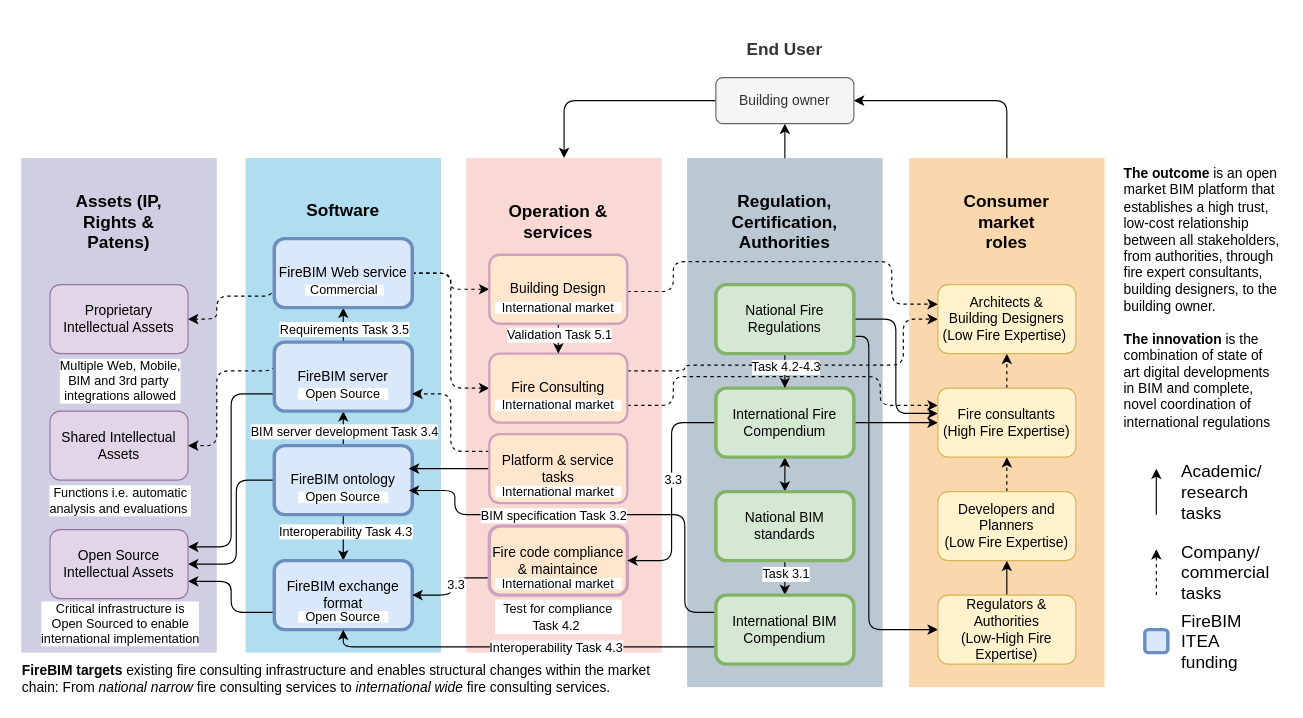
Kristoffernegendahl/fireBIM keeps this draw.io diagram as diagram/FireBIM Market Value Chain Lite.drawio. Above is the earlier version. Source tidied: cells renumbered, new cells numbered last; positions are measured from the earlier drawing's top-left corner, leaving out a move shared by most shapes. Both pictures are drawn from the tidied source at 115%, with x=0, y=0 at pixel (20, 20).
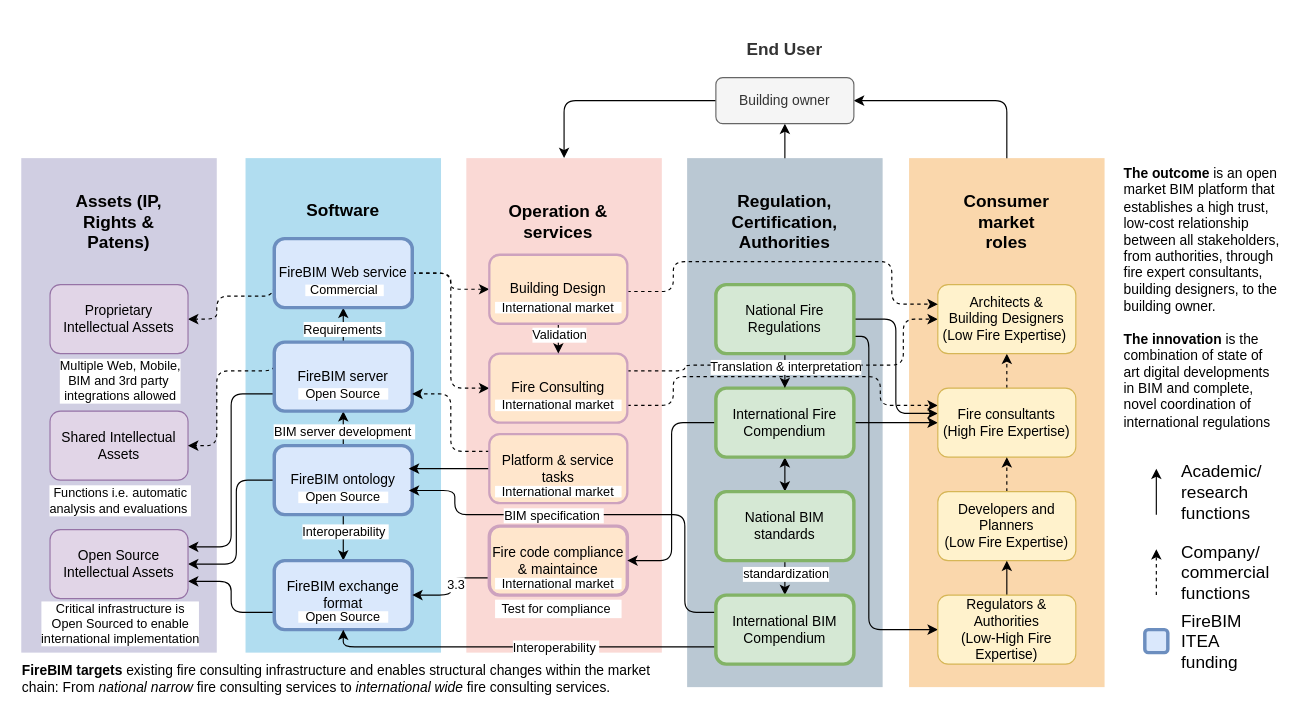
Above is the later version.

The change refers to these unchanged cells:
```xml
<mxCell id="8" style="edgeStyle=orthogonalEdgeStyle;rounded=0;jettySize=auto;html=1;exitX=0.5;exitY=1;exitDx=0;exitDy=0;entryX=0.5;entryY=0;entryDx=0;entryDy=0;" parent="1" edge="1" source="13" target="15">
  <mxGeometry relative="1" as="geometry" />
</mxCell>
<mxCell id="10" style="edgeStyle=orthogonalEdgeStyle;rounded=0;jettySize=auto;html=1;exitX=0.5;exitY=0;exitDx=0;exitDy=0;entryX=0.5;entryY=1;entryDx=0;entryDy=0;" parent="1" edge="1" source="13" target="20">
  <mxGeometry relative="1" as="geometry" />
</mxCell>
<mxCell id="16" style="edgeStyle=orthogonalEdgeStyle;rounded=0;jettySize=auto;html=1;exitX=0.5;exitY=0;exitDx=0;exitDy=0;entryX=0.5;entryY=1;entryDx=0;entryDy=0;" parent="1" edge="1" source="20" target="24">
  <mxGeometry relative="1" as="geometry" />
</mxCell>
<mxCell id="41" style="edgeStyle=orthogonalEdgeStyle;rounded=1;jettySize=auto;html=1;exitX=0;exitY=0.5;exitDx=0;exitDy=0;entryX=1;entryY=0.5;entryDx=0;entryDy=0;" parent="1" edge="1" source="45" target="34">
  <mxGeometry relative="1" as="geometry" />
</mxCell>
<mxCell id="46" style="edgeStyle=orthogonalEdgeStyle;rounded=0;jettySize=auto;html=1;exitX=0.5;exitY=1;exitDx=0;exitDy=0;entryX=0.5;entryY=0;entryDx=0;entryDy=0;" parent="1" edge="1" source="48" target="53">
  <mxGeometry relative="1" as="geometry" />
</mxCell>
<mxCell id="49" style="edgeStyle=orthogonalEdgeStyle;rounded=1;jettySize=auto;html=1;exitX=0;exitY=0.75;exitDx=0;exitDy=0;entryX=0.5;entryY=1;entryDx=0;entryDy=0;" parent="1" edge="1" source="53" target="15">
  <mxGeometry relative="1" as="geometry">
    <Array as="points">
      <mxPoint x="281" y="545" />
    </Array>
  </mxGeometry>
</mxCell>
<mxCell id="51" style="edgeStyle=orthogonalEdgeStyle;rounded=1;jettySize=auto;html=1;exitX=0;exitY=0.25;exitDx=0;exitDy=0;" parent="1" edge="1" source="53">
  <mxGeometry relative="1" as="geometry">
    <mxPoint x="338" y="409" as="targetPoint" />
    <Array as="points">
      <mxPoint x="578" y="515" />
      <mxPoint x="578" y="430" />
      <mxPoint x="378" y="430" />
      <mxPoint x="378" y="409" />
    </Array>
  </mxGeometry>
</mxCell>
<mxCell id="54" style="edgeStyle=orthogonalEdgeStyle;rounded=0;jettySize=auto;html=1;exitX=0.5;exitY=1;exitDx=0;exitDy=0;entryX=0.5;entryY=0;entryDx=0;entryDy=0;" parent="1" edge="1" source="58" target="45">
  <mxGeometry relative="1" as="geometry" />
</mxCell>
```

Change to the diagram source:
```diff
@@
-    <mxCell id="9" value="Interoperability Task 4.3" style="edgeLabel;html=1;align=center;verticalAlign=middle;" parent="8" vertex="1">
+    <mxCell id="9" value="Interoperability&amp;nbsp;" style="edgeLabel;html=1;align=center;verticalAlign=middle;" parent="8" vertex="1">
       <mxGeometry x="-0.28" y="1" relative="1" as="geometry" />
     </mxCell>
@@
-    <mxCell id="11" value="BIM server development Task 3.4" style="edgeLabel;html=1;align=center;verticalAlign=middle;" parent="10" vertex="1">
+    <mxCell id="11" value="BIM server development&amp;nbsp;" style="edgeLabel;html=1;align=center;verticalAlign=middle;" parent="10" vertex="1">
       <mxGeometry x="-0.38" relative="1" as="geometry">
         <mxPoint y="-4" as="offset" />
       </mxGeometry>
     </mxCell>
@@
-    <mxCell id="17" value="Requirements Task 3.5" style="edgeLabel;html=1;align=center;verticalAlign=middle;" parent="16" vertex="1">
+    <mxCell id="17" value="Requirements&amp;nbsp;" style="edgeLabel;html=1;align=center;verticalAlign=middle;" parent="16" vertex="1">
       <mxGeometry x="-0.37" relative="1" as="geometry">
         <mxPoint y="-3" as="offset" />
       </mxGeometry>
     </mxCell>
@@
-    <mxCell id="42" value="3.3" style="edgeLabel;html=1;align=center;verticalAlign=middle;" parent="41" vertex="1">
-      <mxGeometry x="-0.11" y="-2" relative="1" as="geometry">
-        <mxPoint x="3" as="offset" />
-      </mxGeometry>
-    </mxCell>
@@
-    <mxCell id="47" value="Task 3.1" style="edgeLabel;html=1;align=center;verticalAlign=middle;" parent="46" vertex="1">
+    <mxCell id="47" value="standardization" style="edgeLabel;html=1;align=center;verticalAlign=middle;" parent="46" vertex="1">
       <mxGeometry x="-0.35" relative="1" as="geometry">
         <mxPoint y="1" as="offset" />
       </mxGeometry>
     </mxCell>
@@
-    <mxCell id="50" value="Interoperability Task 4.3" style="edgeLabel;html=1;align=center;verticalAlign=middle;" parent="49" vertex="1">
+    <mxCell id="50" value="Interoperability&amp;nbsp;" style="edgeLabel;html=1;align=center;verticalAlign=middle;" parent="49" vertex="1">
       <mxGeometry x="-0.2" y="-2" relative="1" as="geometry">
         <mxPoint x="-4" y="2" as="offset" />
       </mxGeometry>
     </mxCell>
@@
-    <mxCell id="52" value="BIM specification Task 3.2" style="edgeLabel;html=1;align=center;verticalAlign=middle;" parent="51" vertex="1">
+    <mxCell id="52" value="BIM specification&amp;nbsp;" style="edgeLabel;html=1;align=center;verticalAlign=middle;" parent="51" vertex="1">
       <mxGeometry x="0.29" relative="1" as="geometry">
         <mxPoint x="14" as="offset" />
       </mxGeometry>
     </mxCell>
@@
-    <mxCell id="55" value="Task 4.2-4.3" style="edgeLabel;html=1;align=center;verticalAlign=middle;" parent="54" vertex="1">
+    <mxCell id="55" value="Translation &amp;amp; interpretation" style="edgeLabel;html=1;align=center;verticalAlign=middle;" parent="54" vertex="1">
       <mxGeometry x="-0.28" relative="1" as="geometry" />
     </mxCell>
@@
-    <mxCell id="73" value="Academic/&lt;br&gt;research tasks" style="text;html=1;strokeColor=none;fillColor=none;align=left;verticalAlign=middle;whiteSpace=wrap;rounded=0;dashed=1;fontSize=15;" parent="1" vertex="1">
+    <mxCell id="73" value="Academic/&lt;br&gt;research functions" style="text;html=1;strokeColor=none;fillColor=none;align=left;verticalAlign=middle;whiteSpace=wrap;rounded=0;dashed=1;fontSize=15;" parent="1" vertex="1">
       <mxGeometry x="1008" y="400" width="40" height="20" as="geometry" />
     </mxCell>
@@
-    <mxCell id="75" value="Company/&lt;br&gt;commercial&lt;br&gt;tasks" style="text;html=1;strokeColor=none;fillColor=none;align=left;verticalAlign=middle;whiteSpace=wrap;rounded=0;dashed=1;fontSize=15;" parent="1" vertex="1">
+    <mxCell id="75" value="Company/&lt;br&gt;commercial&lt;br&gt;functions" style="text;html=1;strokeColor=none;fillColor=none;align=left;verticalAlign=middle;whiteSpace=wrap;rounded=0;dashed=1;fontSize=15;" parent="1" vertex="1">
       <mxGeometry x="1008" y="470" width="40" height="20" as="geometry" />
     </mxCell>
@@
-    <mxCell id="85" value="&lt;span&gt;&lt;font style=&quot;font-size: 11px&quot;&gt;Test for compliance Task 4.2&amp;nbsp;&lt;/font&gt;&lt;/span&gt;" style="rounded=0;whiteSpace=wrap;html=1;strokeColor=none;verticalAlign=middle;arcSize=10;" parent="1" vertex="1">
-      <mxGeometry x="413" y="504" width="110" height="30" as="geometry" />
+    <mxCell id="85" value="&lt;span&gt;&lt;font style=&quot;font-size: 11px&quot;&gt;Test for compliance&amp;nbsp;&lt;/font&gt;&lt;/span&gt;" style="rounded=0;whiteSpace=wrap;html=1;strokeColor=none;verticalAlign=middle;arcSize=10;" parent="1" vertex="1">
+      <mxGeometry x="413" y="504" width="110" height="16" as="geometry" />
     </mxCell>
@@
-    <mxCell id="95" value="Validation Task 5.1" style="edgeLabel;html=1;align=center;verticalAlign=middle;" parent="1" vertex="1">
+    <mxCell id="95" value="Validation" style="edgeLabel;html=1;align=center;verticalAlign=middle;" parent="1" vertex="1">
       <mxGeometry x="468" y="273" as="geometry" />
     </mxCell>
```
